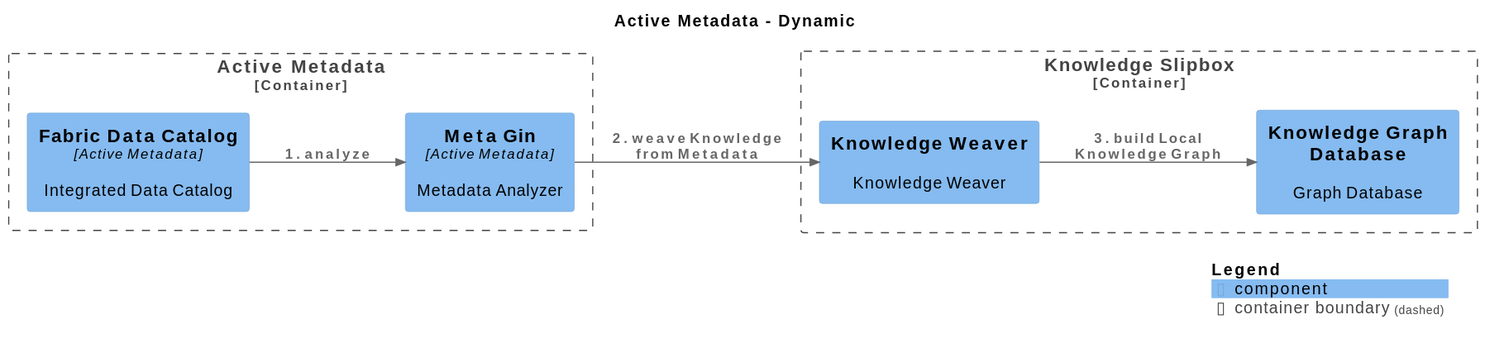
The PlantUML diagram svg/WorkflowBuildingLocalKnowledgeGraph-WorkflowBuildingLocalKnowledgeGraph.svg in IntellectusCorp/data-fabric-docs, before a commit. Its source is kept beside it as puml/WorkflowBuildingLocalKnowledgeGraph-WorkflowBuildingLocalKnowledgeGraph.puml.
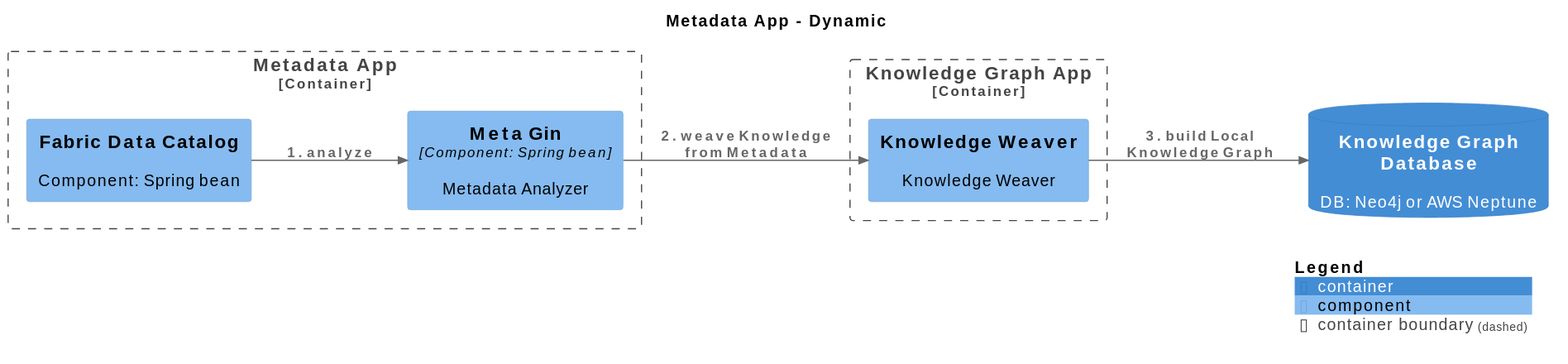
Above is the later version.

The edit, as a diff of the source:
```diff
@@ -1,28 +1,30 @@
 @startuml
 set separator none
-title Active Metadata - Dynamic
+title Metadata App - Dynamic
 
 left to right direction
 
 !include <C4/C4>
 !include <C4/C4_Context>
+!include <C4/C4_Container>
 !include <C4/C4_Component>
 
 skinparam svgDimensionStyle false
 skinparam preserveAspectRatio meet
-Container_Boundary("DataFabric.KnowledgeSlipbox_boundary", "Knowledge Slipbox", $tags="") {
-  Component(DataFabric.KnowledgeSlipbox.KnowledgeWeaver, "Knowledge Weaver", $techn="", $descr="Knowledge Weaver", $tags="", $link="")
-  Component(DataFabric.KnowledgeSlipbox.KnowledgeGraphDatabase, "Knowledge Graph Database", $techn="", $descr="Graph Database", $tags="", $link="")
+Container_Boundary("DataFabric.MetadataApp_boundary", "Metadata App", $tags="") {
+  Component(DataFabric.MetadataApp.MetaGin, "Meta Gin", $techn="Component: Spring bean", $descr="Metadata Analyzer", $tags="", $link="")
+  Component(DataFabric.MetadataApp.FabricDataCatalog, "Fabric Data Catalog", $techn="", $descr="Component: Spring bean", $tags="", $link="")
 }
 
-Container_Boundary("DataFabric.ActiveMetadata_boundary", "Active Metadata", $tags="") {
-  Component(DataFabric.ActiveMetadata.MetaGin, "Meta Gin", $techn="Active Metadata", $descr="Metadata Analyzer", $tags="", $link="")
-  Component(DataFabric.ActiveMetadata.FabricDataCatalog, "Fabric Data Catalog", $techn="Active Metadata", $descr="Integrated Data Catalog", $tags="", $link="")
+Container_Boundary("DataFabric.KnowledgeGraphApp_boundary", "Knowledge Graph App", $tags="") {
+  Component(DataFabric.KnowledgeGraphApp.KnowledgeWeaver, "Knowledge Weaver", $techn="", $descr="Knowledge Weaver", $tags="", $link="")
 }
 
-Rel_D(DataFabric.ActiveMetadata.FabricDataCatalog, DataFabric.ActiveMetadata.MetaGin, "1. analyze", $techn="", $tags="", $link="")
-Rel_D(DataFabric.ActiveMetadata.MetaGin, DataFabric.KnowledgeSlipbox.KnowledgeWeaver, "2. weave Knowledge from Metadata", $techn="", $tags="", $link="")
-Rel_D(DataFabric.KnowledgeSlipbox.KnowledgeWeaver, DataFabric.KnowledgeSlipbox.KnowledgeGraphDatabase, "3. build Local Knowledge Graph", $techn="", $tags="", $link="")
+ContainerDb(DataFabric.KnowledgeGraphDatabase, "Knowledge Graph Database", $techn="", $descr="DB: Neo4j or AWS Neptune", $tags="", $link="")
+
+Rel_D(DataFabric.MetadataApp.FabricDataCatalog, DataFabric.MetadataApp.MetaGin, "1. analyze", $techn="", $tags="", $link="")
+Rel_D(DataFabric.MetadataApp.MetaGin, DataFabric.KnowledgeGraphApp.KnowledgeWeaver, "2. weave Knowledge from Metadata", $techn="", $tags="", $link="")
+Rel_D(DataFabric.KnowledgeGraphApp.KnowledgeWeaver, DataFabric.KnowledgeGraphDatabase, "3. build Local Knowledge Graph", $techn="", $tags="", $link="")
 
 SHOW_LEGEND(true)
 @enduml
```
